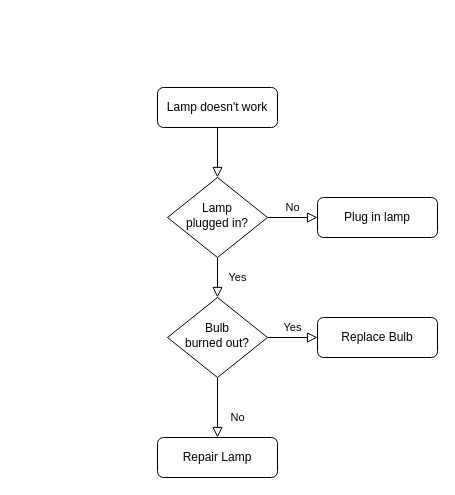
Before: blind_auction.drawio in joey1089/Practise, a draw.io diagram. Source tidied: cells renumbered, new cells numbered last; positions are measured from the earlier drawing's top-left corner, leaving out a move shared by most shapes. Both pictures are drawn from the tidied source at 100%, with x=0, y=0 at pixel (157, 87).
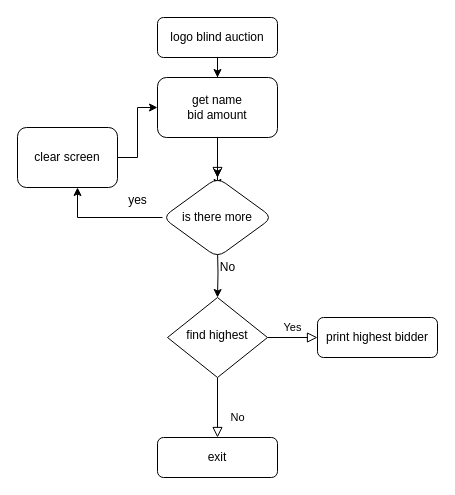
Above is the later version.

The edit, as a diff of the source:
```diff
@@
-    <mxCell id="2" style="rounded=0;html=1;jettySize=auto;fontSize=11;endArrow=block;endFill=0;endSize=8;strokeWidth=1;shadow=0;labelBackgroundColor=none;edgeStyle=orthogonalEdgeStyle;" parent="1" edge="1" source="3" target="6">
-      <mxGeometry relative="1" as="geometry" />
+    <mxCell id="2" style="rounded=0;html=1;jettySize=auto;fontSize=11;endArrow=block;endFill=0;endSize=8;strokeWidth=1;shadow=0;labelBackgroundColor=none;edgeStyle=orthogonalEdgeStyle;" parent="1" edge="1" source="3">
+      <mxGeometry relative="1" as="geometry">
+        <mxPoint x="60" y="90" as="targetPoint" />
+      </mxGeometry>
     </mxCell>
+    <mxCell id="13" style="edgeStyle=orthogonalEdgeStyle;rounded=0;jettySize=auto;html=1;" parent="1" edge="1" source="3" target="16">
+      <mxGeometry relative="1" as="geometry" />
+    </mxCell>
-    <mxCell id="3" value="Lamp doesn't work" style="rounded=1;whiteSpace=wrap;html=1;fontSize=12;glass=0;strokeWidth=1;shadow=0;" parent="1" vertex="1">
-      <mxGeometry width="120" height="40" as="geometry" />
+    <mxCell id="3" value="logo blind auction" style="rounded=1;whiteSpace=wrap;html=1;fontSize=12;glass=0;strokeWidth=1;shadow=0;" parent="1" vertex="1">
+      <mxGeometry y="-70" width="120" height="40" as="geometry" />
     </mxCell>
-    <mxCell id="4" value="Yes" style="rounded=0;html=1;jettySize=auto;fontSize=11;endArrow=block;endFill=0;endSize=8;strokeWidth=1;shadow=0;labelBackgroundColor=none;edgeStyle=orthogonalEdgeStyle;" parent="1" edge="1" source="6" target="10">
-      <mxGeometry y="20" relative="1" as="geometry" />
-    </mxCell>
-    <mxCell id="5" value="No" style="edgeStyle=orthogonalEdgeStyle;rounded=0;html=1;jettySize=auto;fontSize=11;endArrow=block;endFill=0;endSize=8;strokeWidth=1;shadow=0;labelBackgroundColor=none;" parent="1" edge="1" source="6" target="7">
-      <mxGeometry y="10" relative="1" as="geometry" />
-    </mxCell>
-    <mxCell id="6" value="Lamp&lt;br&gt;plugged in?" style="rhombus;whiteSpace=wrap;html=1;shadow=0;fontFamily=Helvetica;fontSize=12;align=center;strokeWidth=1;spacing=6;spacingTop=-4;" parent="1" vertex="1">
-      <mxGeometry x="10" y="90" width="100" height="80" as="geometry" />
-    </mxCell>
-    <mxCell id="7" value="Plug in lamp" style="rounded=1;whiteSpace=wrap;html=1;fontSize=12;glass=0;strokeWidth=1;shadow=0;" parent="1" vertex="1">
-      <mxGeometry x="160" y="110" width="120" height="40" as="geometry" />
-    </mxCell>
@@
-    <mxCell id="10" value="Bulb&lt;br&gt;burned out?" style="rhombus;whiteSpace=wrap;html=1;shadow=0;fontFamily=Helvetica;fontSize=12;align=center;strokeWidth=1;spacing=6;spacingTop=-4;" parent="1" vertex="1">
+    <mxCell id="10" value="find highest" style="rhombus;whiteSpace=wrap;html=1;shadow=0;fontFamily=Helvetica;fontSize=12;align=center;strokeWidth=1;spacing=6;spacingTop=-4;" parent="1" vertex="1">
       <mxGeometry x="10" y="210" width="100" height="80" as="geometry" />
     </mxCell>
-    <mxCell id="11" value="Repair Lamp" style="rounded=1;whiteSpace=wrap;html=1;fontSize=12;glass=0;strokeWidth=1;shadow=0;" parent="1" vertex="1">
+    <mxCell id="11" value="exit" style="rounded=1;whiteSpace=wrap;html=1;fontSize=12;glass=0;strokeWidth=1;shadow=0;" parent="1" vertex="1">
       <mxGeometry y="350" width="120" height="40" as="geometry" />
     </mxCell>
-    <mxCell id="12" value="Replace Bulb" style="rounded=1;whiteSpace=wrap;html=1;fontSize=12;glass=0;strokeWidth=1;shadow=0;" parent="1" vertex="1">
+    <mxCell id="12" value="print highest bidder" style="rounded=1;whiteSpace=wrap;html=1;fontSize=12;glass=0;strokeWidth=1;shadow=0;" parent="1" vertex="1">
       <mxGeometry x="160" y="230" width="120" height="40" as="geometry" />
     </mxCell>
+    <mxCell id="14" style="edgeStyle=orthogonalEdgeStyle;rounded=0;jettySize=auto;html=1;" parent="1" edge="1" source="16">
+      <mxGeometry relative="1" as="geometry">
+        <mxPoint x="60" y="100" as="targetPoint" />
+      </mxGeometry>
+    </mxCell>
+    <mxCell id="15" style="edgeStyle=orthogonalEdgeStyle;rounded=0;jettySize=auto;html=1;" parent="1" edge="1" source="16" target="19">
+      <mxGeometry relative="1" as="geometry" />
+    </mxCell>
+    <mxCell id="16" value="&lt;div&gt;get name&lt;/div&gt;&lt;div&gt;bid amount&lt;br&gt;&lt;/div&gt;" style="whiteSpace=wrap;html=1;rounded=1;shadow=0;strokeWidth=1;glass=0;" parent="1" vertex="1">
+      <mxGeometry y="-10" width="120" height="60" as="geometry" />
+    </mxCell>
+    <mxCell id="17" style="edgeStyle=orthogonalEdgeStyle;rounded=0;jettySize=auto;html=1;" parent="1" edge="1" target="10">
+      <mxGeometry relative="1" as="geometry">
+        <mxPoint x="60" y="160" as="sourcePoint" />
+      </mxGeometry>
+    </mxCell>
+    <mxCell id="18" style="edgeStyle=orthogonalEdgeStyle;rounded=0;jettySize=auto;html=1;" parent="1" edge="1" source="19">
+      <mxGeometry relative="1" as="geometry">
+        <mxPoint x="-80" y="100" as="targetPoint" />
+        <Array as="points">
+          <mxPoint x="-80" y="130" />
+        </Array>
+      </mxGeometry>
+    </mxCell>
+    <mxCell id="19" value="is there more" style="rhombus;whiteSpace=wrap;html=1;rounded=1;shadow=0;strokeWidth=1;glass=0;" parent="1" vertex="1">
+      <mxGeometry x="5" y="90" width="110" height="80" as="geometry" />
+    </mxCell>
+    <mxCell id="20" value="&lt;div&gt;yes&lt;/div&gt;&lt;div&gt;&lt;br&gt;&lt;/div&gt;" style="text;html=1;align=center;verticalAlign=middle;strokeColor=none;fillColor=none;" parent="1" vertex="1">
+      <mxGeometry x="-35" y="105" width="30" height="30" as="geometry" />
+    </mxCell>
+    <mxCell id="5" value="No" style="text;html=1;align=center;verticalAlign=middle;strokeColor=none;fillColor=none;" parent="1" vertex="1">
+      <mxGeometry x="55" y="170" width="30" height="20" as="geometry" />
+    </mxCell>
+    <mxCell id="21" style="edgeStyle=orthogonalEdgeStyle;rounded=0;jettySize=auto;html=1;" parent="1" edge="1" source="22" target="16">
+      <mxGeometry relative="1" as="geometry" />
+    </mxCell>
+    <mxCell id="22" value="clear screen" style="rounded=1;whiteSpace=wrap;html=1;" parent="1" vertex="1">
+      <mxGeometry x="-140" y="40" width="100" height="60" as="geometry" />
+    </mxCell>
```
